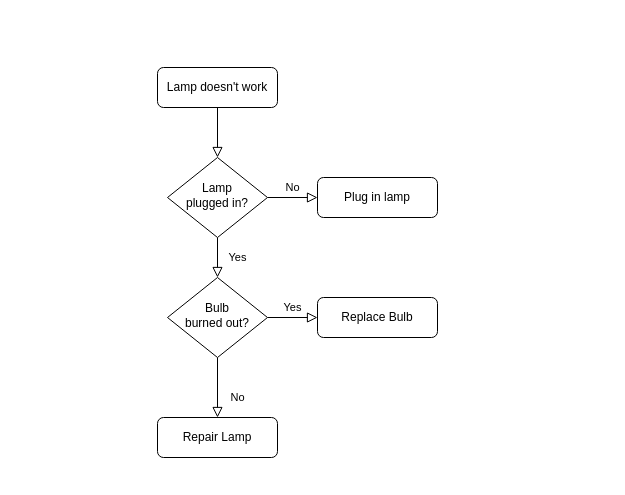
TylerLeCmd/CPP2 keeps this draw.io diagram as src/WordGame/Untitled Diagram.drawio. Above is the earlier version. Source tidied: cells renumbered, new cells numbered last; positions are measured from the earlier drawing's top-left corner, leaving out a move shared by most shapes. Both pictures are drawn from the tidied source at 100%, with x=0, y=0 at pixel (157, 67).
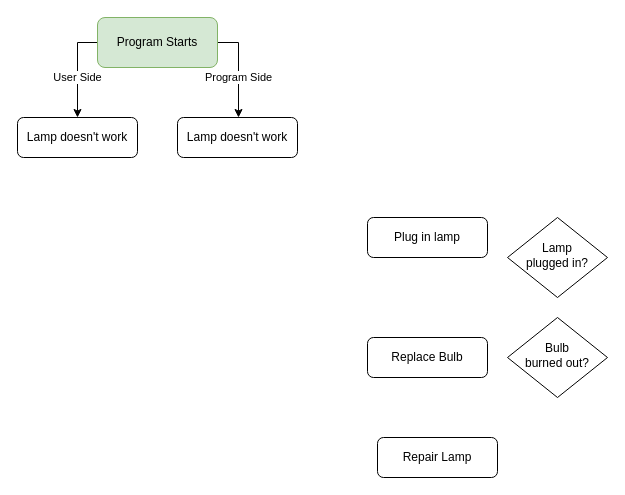
The same diagram, later.

Diff of the diagram source:
```diff
@@
 <mxGraphModel>
   <root>
     <mxCell id="0" />
     <mxCell id="1" parent="0" />
-    <mxCell id="2" style="rounded=0;html=1;jettySize=auto;fontSize=11;endArrow=block;endFill=0;endSize=8;strokeWidth=1;shadow=0;labelBackgroundColor=none;edgeStyle=orthogonalEdgeStyle;" parent="1" edge="1" source="3" target="6">
-      <mxGeometry relative="1" as="geometry" />
-    </mxCell>
     <mxCell id="3" value="Lamp doesn't work" style="rounded=1;whiteSpace=wrap;html=1;fontSize=12;glass=0;strokeWidth=1;shadow=0;" parent="1" vertex="1">
-      <mxGeometry width="120" height="40" as="geometry" />
+      <mxGeometry x="-140" y="50" width="120" height="40" as="geometry" />
     </mxCell>
-    <mxCell id="4" value="Yes" style="rounded=0;html=1;jettySize=auto;fontSize=11;endArrow=block;endFill=0;endSize=8;strokeWidth=1;shadow=0;labelBackgroundColor=none;edgeStyle=orthogonalEdgeStyle;" parent="1" edge="1" source="6" target="10">
-      <mxGeometry y="20" relative="1" as="geometry" />
-    </mxCell>
-    <mxCell id="5" value="No" style="edgeStyle=orthogonalEdgeStyle;rounded=0;html=1;jettySize=auto;fontSize=11;endArrow=block;endFill=0;endSize=8;strokeWidth=1;shadow=0;labelBackgroundColor=none;" parent="1" edge="1" source="6" target="7">
-      <mxGeometry y="10" relative="1" as="geometry" />
-    </mxCell>
     <mxCell id="6" value="Lamp&lt;br&gt;plugged in?" style="rhombus;whiteSpace=wrap;html=1;shadow=0;fontFamily=Helvetica;fontSize=12;align=center;strokeWidth=1;spacing=6;spacingTop=-4;" parent="1" vertex="1">
-      <mxGeometry x="10" y="90" width="100" height="80" as="geometry" />
+      <mxGeometry x="350" y="150" width="100" height="80" as="geometry" />
     </mxCell>
     <mxCell id="7" value="Plug in lamp" style="rounded=1;whiteSpace=wrap;html=1;fontSize=12;glass=0;strokeWidth=1;shadow=0;" parent="1" vertex="1">
-      <mxGeometry x="160" y="110" width="120" height="40" as="geometry" />
+      <mxGeometry x="210" y="150" width="120" height="40" as="geometry" />
     </mxCell>
-    <mxCell id="8" value="No" style="rounded=0;html=1;jettySize=auto;fontSize=11;endArrow=block;endFill=0;endSize=8;strokeWidth=1;shadow=0;labelBackgroundColor=none;edgeStyle=orthogonalEdgeStyle;" parent="1" edge="1" source="10" target="11">
-      <mxGeometry x="0.33" y="20" relative="1" as="geometry" />
-    </mxCell>
-    <mxCell id="9" value="Yes" style="edgeStyle=orthogonalEdgeStyle;rounded=0;html=1;jettySize=auto;fontSize=11;endArrow=block;endFill=0;endSize=8;strokeWidth=1;shadow=0;labelBackgroundColor=none;" parent="1" edge="1" source="10" target="12">
-      <mxGeometry y="10" relative="1" as="geometry" />
-    </mxCell>
     <mxCell id="10" value="Bulb&lt;br&gt;burned out?" style="rhombus;whiteSpace=wrap;html=1;shadow=0;fontFamily=Helvetica;fontSize=12;align=center;strokeWidth=1;spacing=6;spacingTop=-4;" parent="1" vertex="1">
-      <mxGeometry x="10" y="210" width="100" height="80" as="geometry" />
+      <mxGeometry x="350" y="250" width="100" height="80" as="geometry" />
     </mxCell>
     <mxCell id="11" value="Repair Lamp" style="rounded=1;whiteSpace=wrap;html=1;fontSize=12;glass=0;strokeWidth=1;shadow=0;" parent="1" vertex="1">
-      <mxGeometry y="350" width="120" height="40" as="geometry" />
+      <mxGeometry x="220" y="370" width="120" height="40" as="geometry" />
     </mxCell>
     <mxCell id="12" value="Replace Bulb" style="rounded=1;whiteSpace=wrap;html=1;fontSize=12;glass=0;strokeWidth=1;shadow=0;" parent="1" vertex="1">
-      <mxGeometry x="160" y="230" width="120" height="40" as="geometry" />
+      <mxGeometry x="210" y="270" width="120" height="40" as="geometry" />
     </mxCell>
+    <mxCell id="13" value="User Side" style="edgeStyle=orthogonalEdgeStyle;rounded=0;jettySize=auto;html=1;entryX=0.5;entryY=0;entryDx=0;entryDy=0;" parent="1" edge="1" source="15" target="3">
+      <mxGeometry x="0.16" relative="1" as="geometry">
+        <Array as="points">
+          <mxPoint x="-80" y="-25" />
+        </Array>
+      </mxGeometry>
+    </mxCell>
+    <mxCell id="14" value="Program Side" style="edgeStyle=orthogonalEdgeStyle;rounded=0;jettySize=auto;html=1;exitX=1;exitY=0.5;exitDx=0;exitDy=0;" parent="1" edge="1" source="15" target="16">
+      <mxGeometry x="0.17" relative="1" as="geometry">
+        <Array as="points">
+          <mxPoint x="81" y="-25" />
+        </Array>
+      </mxGeometry>
+    </mxCell>
+    <mxCell id="15" value="Program Starts" style="rounded=1;whiteSpace=wrap;html=1;fillColor=#d5e8d4;strokeColor=#82b366;" parent="1" vertex="1">
+      <mxGeometry x="-60" y="-50" width="120" height="50" as="geometry" />
+    </mxCell>
+    <mxCell id="16" value="Lamp doesn't work" style="rounded=1;whiteSpace=wrap;html=1;fontSize=12;glass=0;strokeWidth=1;shadow=0;" parent="1" vertex="1">
+      <mxGeometry x="20" y="50" width="120" height="40" as="geometry" />
+    </mxCell>
   </root>
 </mxGraphModel>
```
